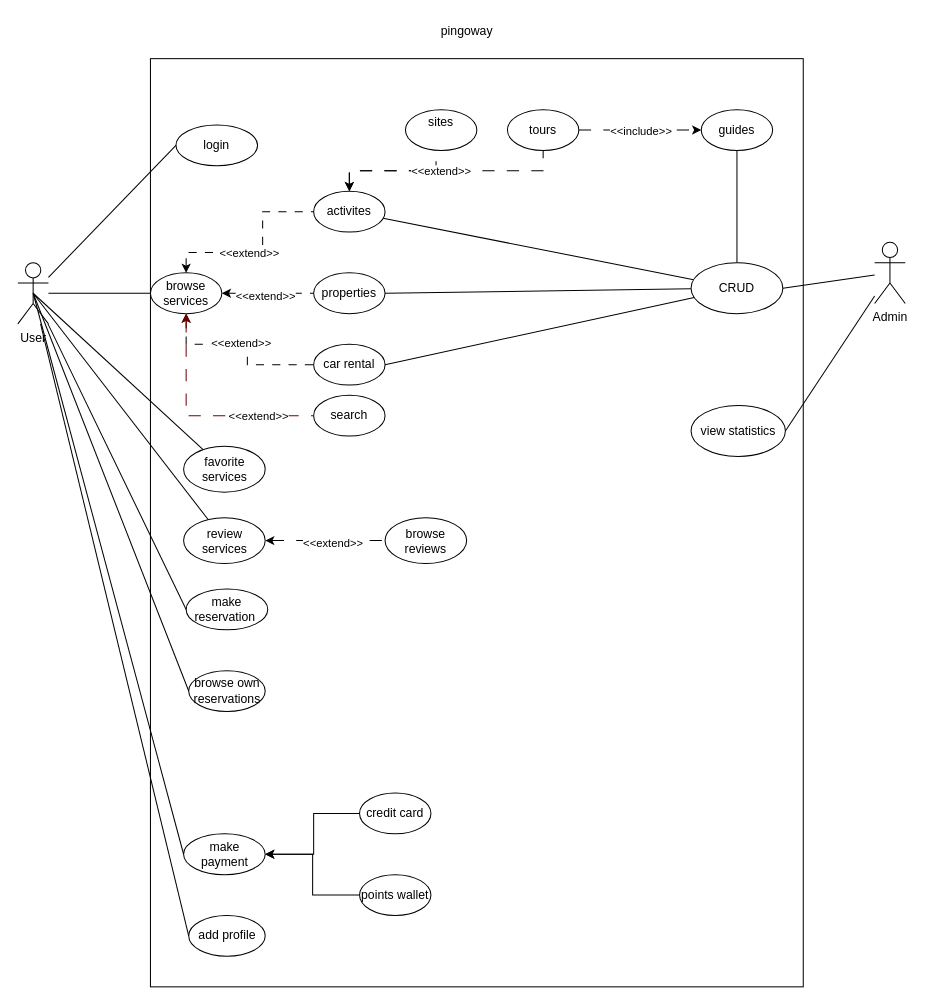
Earlier version of the draw.io diagram usecase.drawio (QusaiAlbonni/tourism). Source tidied: cells renumbered, new cells numbered last; positions are measured from the earlier drawing's top-left corner, leaving out a move shared by most shapes. Both pictures are drawn from the tidied source at 102%, with x=0, y=0 at pixel (17, 17).
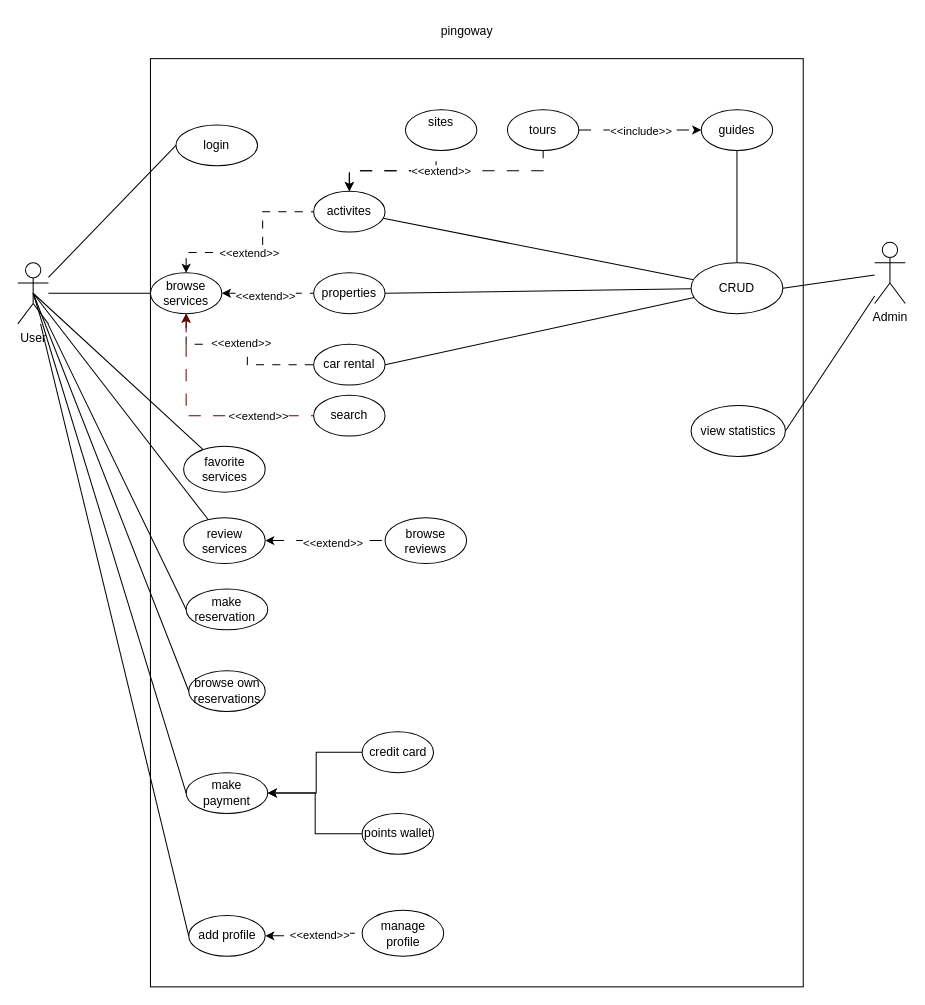
The same diagram, later.

The change refers to these unchanged cells:
```xml
<mxCell id="43" value="add profile" style="ellipse;whiteSpace=wrap;html=1;" parent="1" vertex="1">
  <mxGeometry x="167.5" y="880" width="75" height="40" as="geometry" />
</mxCell>
```

Change to the diagram source:
```diff
@@
     <mxCell id="35" value="make payment" style="ellipse;whiteSpace=wrap;html=1;" parent="1" vertex="1">
-      <mxGeometry x="162.5" y="800" width="80" height="40" as="geometry" />
+      <mxGeometry x="165" y="740" width="80" height="40" as="geometry" />
     </mxCell>
@@
     <mxCell id="39" style="edgeStyle=orthogonalEdgeStyle;rounded=0;jettySize=auto;html=1;" parent="1" edge="1" source="40" target="35">
       <mxGeometry relative="1" as="geometry">
         <Array as="points">
-          <mxPoint x="290" y="780" />
-          <mxPoint x="290" y="820" />
+          <mxPoint x="292.5" y="720" />
+          <mxPoint x="292.5" y="760" />
         </Array>
       </mxGeometry>
     </mxCell>
     <mxCell id="40" value="credit card" style="ellipse;whiteSpace=wrap;html=1;" parent="1" vertex="1">
-      <mxGeometry x="335" y="760" width="70" height="40" as="geometry" />
+      <mxGeometry x="337.5" y="700" width="70" height="40" as="geometry" />
     </mxCell>
     <mxCell id="41" style="edgeStyle=orthogonalEdgeStyle;rounded=0;jettySize=auto;html=1;entryX=1;entryY=0.5;entryDx=0;entryDy=0;" parent="1" edge="1" source="42" target="35">
       <mxGeometry relative="1" as="geometry">
         <Array as="points">
-          <mxPoint x="289" y="860" />
-          <mxPoint x="289" y="820" />
+          <mxPoint x="291.5" y="800" />
+          <mxPoint x="291.5" y="760" />
         </Array>
       </mxGeometry>
     </mxCell>
     <mxCell id="42" value="points wallet" style="ellipse;whiteSpace=wrap;html=1;" parent="1" vertex="1">
-      <mxGeometry x="335" y="840" width="70" height="40" as="geometry" />
+      <mxGeometry x="337.5" y="780" width="70" height="40" as="geometry" />
     </mxCell>
@@
+    <mxCell id="57" style="edgeStyle=orthogonalEdgeStyle;rounded=0;jettySize=auto;html=1;endArrow=none;endFill=0;startArrow=classic;startFill=1;dashed=1;dashPattern=12 12;exitX=1;exitY=0.5;exitDx=0;exitDy=0;" parent="1" edge="1" source="43" target="59">
+      <mxGeometry relative="1" as="geometry" />
+    </mxCell>
+    <mxCell id="58" value="&amp;lt;&amp;lt;extend&amp;gt;&amp;gt;" style="edgeLabel;html=1;align=center;verticalAlign=middle;" parent="57" vertex="1">
+      <mxGeometry x="0.12" y="-2" relative="1" as="geometry" />
+    </mxCell>
+    <mxCell id="59" value="manage profile" style="ellipse;whiteSpace=wrap;html=1;" parent="1" vertex="1">
+      <mxGeometry x="337.5" y="875" width="80" height="45" as="geometry" />
+    </mxCell>
```
